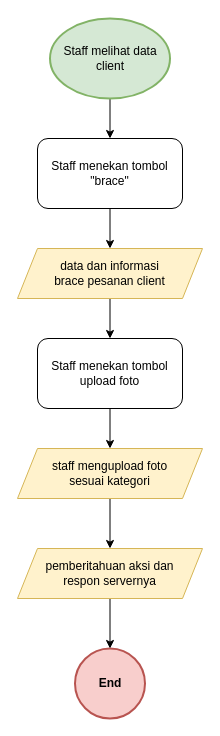
SynergyStudioBandung/synergy_studio_docs keeps this draw.io diagram as diagrams/user_flow/staff_upload_progress_brace.drawio. Above is the earlier version. Source tidied: cells renumbered, new cells numbered last; positions are measured from the earlier drawing's top-left corner, leaving out a move shared by most shapes. Both pictures are drawn from the tidied source at 100%, with x=0, y=0 at pixel (17, 18).
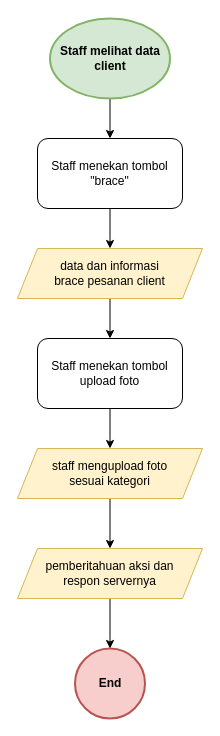
After the change.

What changed in the source:
```diff
@@
 <mxGraphModel>
   <root>
     <mxCell id="0" />
     <mxCell id="1" parent="0" />
     <mxCell id="2" style="edgeStyle=orthogonalEdgeStyle;rounded=0;jettySize=auto;html=1;" parent="1" edge="1" source="3" target="6">
       <mxGeometry relative="1" as="geometry" />
     </mxCell>
-    <mxCell id="3" value="Staff melihat data client" style="ellipse;whiteSpace=wrap;html=1;fillColor=#d5e8d4;strokeColor=#82b366;strokeWidth=2;" parent="1" vertex="1">
+    <mxCell id="3" value="Staff melihat data client" style="ellipse;whiteSpace=wrap;html=1;fillColor=#d5e8d4;strokeColor=#82b366;strokeWidth=2;fontStyle=1;" parent="1" vertex="1">
       <mxGeometry x="32.5" width="120" height="80" as="geometry" />
     </mxCell>
     <mxCell id="4" value="End" style="ellipse;whiteSpace=wrap;html=1;fillColor=#f8cecc;strokeColor=#b85450;fontStyle=1;strokeWidth=2;" parent="1" vertex="1">
       <mxGeometry x="57.5" y="630" width="70" height="70" as="geometry" />
     </mxCell>
     <mxCell id="5" style="edgeStyle=orthogonalEdgeStyle;rounded=0;jettySize=auto;html=1;" parent="1" edge="1" source="6" target="8">
       <mxGeometry relative="1" as="geometry" />
     </mxCell>
     <mxCell id="6" value="Staff menekan tombol&lt;br&gt;&quot;brace&quot;" style="rounded=1;whiteSpace=wrap;html=1;fontSize=12;glass=0;strokeWidth=1;shadow=0;" parent="1" vertex="1">
       <mxGeometry x="20" y="120" width="145" height="70" as="geometry" />
     </mxCell>
     <mxCell id="7" style="edgeStyle=orthogonalEdgeStyle;rounded=0;jettySize=auto;html=1;" parent="1" edge="1" source="8" target="10">
       <mxGeometry relative="1" as="geometry" />
     </mxCell>
     <mxCell id="8" value="data dan informasi&lt;br&gt;brace pesanan client" style="shape=parallelogram;perimeter=parallelogramPerimeter;whiteSpace=wrap;html=1;fixedSize=1;strokeWidth=1;fillColor=#fff2cc;strokeColor=#d6b656;" parent="1" vertex="1">
       <mxGeometry y="230" width="185" height="50" as="geometry" />
     </mxCell>
     <mxCell id="9" style="edgeStyle=orthogonalEdgeStyle;rounded=0;jettySize=auto;html=1;" parent="1" edge="1" source="10" target="12">
       <mxGeometry relative="1" as="geometry" />
     </mxCell>
     <mxCell id="10" value="Staff menekan tombol&lt;br&gt;upload foto" style="rounded=1;whiteSpace=wrap;html=1;fontSize=12;glass=0;strokeWidth=1;shadow=0;" parent="1" vertex="1">
       <mxGeometry x="20" y="320" width="145" height="70" as="geometry" />
     </mxCell>
     <mxCell id="11" style="edgeStyle=orthogonalEdgeStyle;rounded=0;jettySize=auto;html=1;" parent="1" edge="1" source="12" target="14">
       <mxGeometry relative="1" as="geometry" />
     </mxCell>
     <mxCell id="12" value="staff mengupload foto&lt;br&gt;sesuai kategori" style="shape=parallelogram;perimeter=parallelogramPerimeter;whiteSpace=wrap;html=1;fixedSize=1;strokeWidth=1;fillColor=#fff2cc;strokeColor=#d6b656;" parent="1" vertex="1">
       <mxGeometry y="430" width="185" height="50" as="geometry" />
     </mxCell>
     <mxCell id="13" style="edgeStyle=orthogonalEdgeStyle;rounded=0;jettySize=auto;html=1;" parent="1" edge="1" source="14" target="4">
       <mxGeometry relative="1" as="geometry" />
     </mxCell>
     <mxCell id="14" value="pemberitahuan aksi dan&lt;br&gt;respon servernya" style="shape=parallelogram;perimeter=parallelogramPerimeter;whiteSpace=wrap;html=1;fixedSize=1;strokeWidth=1;fillColor=#fff2cc;strokeColor=#d6b656;" parent="1" vertex="1">
       <mxGeometry y="530" width="185" height="50" as="geometry" />
     </mxCell>
   </root>
 </mxGraphModel>
```
